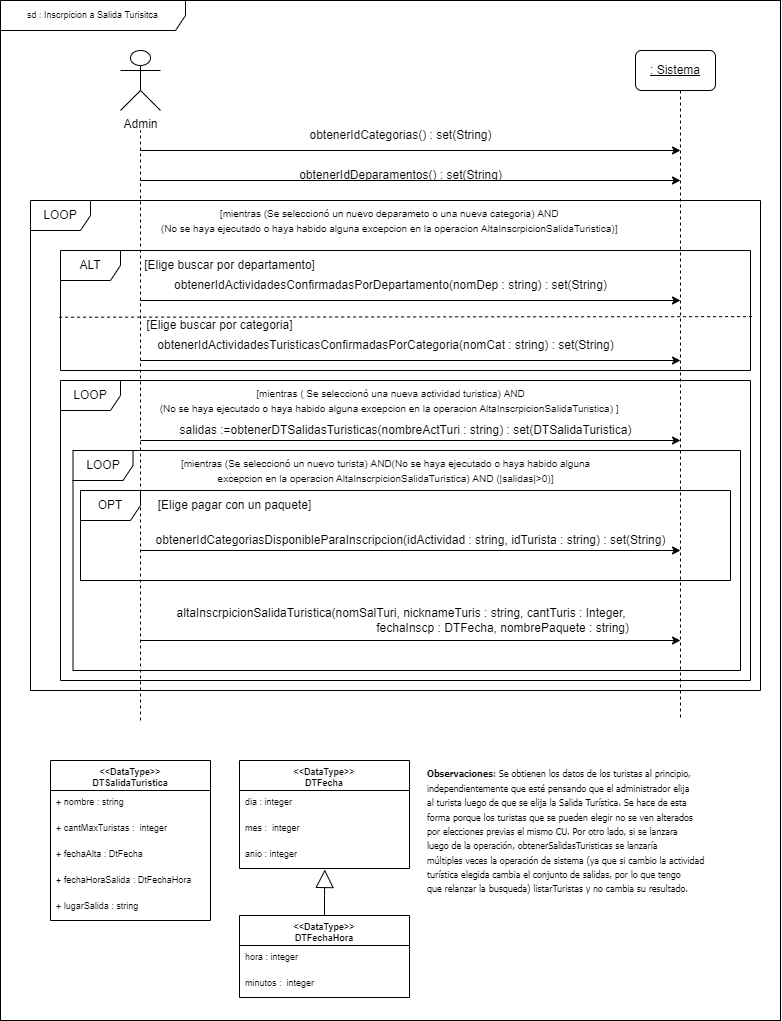
FacundoDiaz00/Taller-de-Programaci-n keeps this draw.io diagram as docs/Iteración 2/Análisis/DSS Servidor web/Inscripción a Salida Turística.png. Above is the earlier version. Source tidied: cells renumbered, new cells last; positions are measured from the earlier drawing's top-left corner, leaving out a move shared by most shapes.
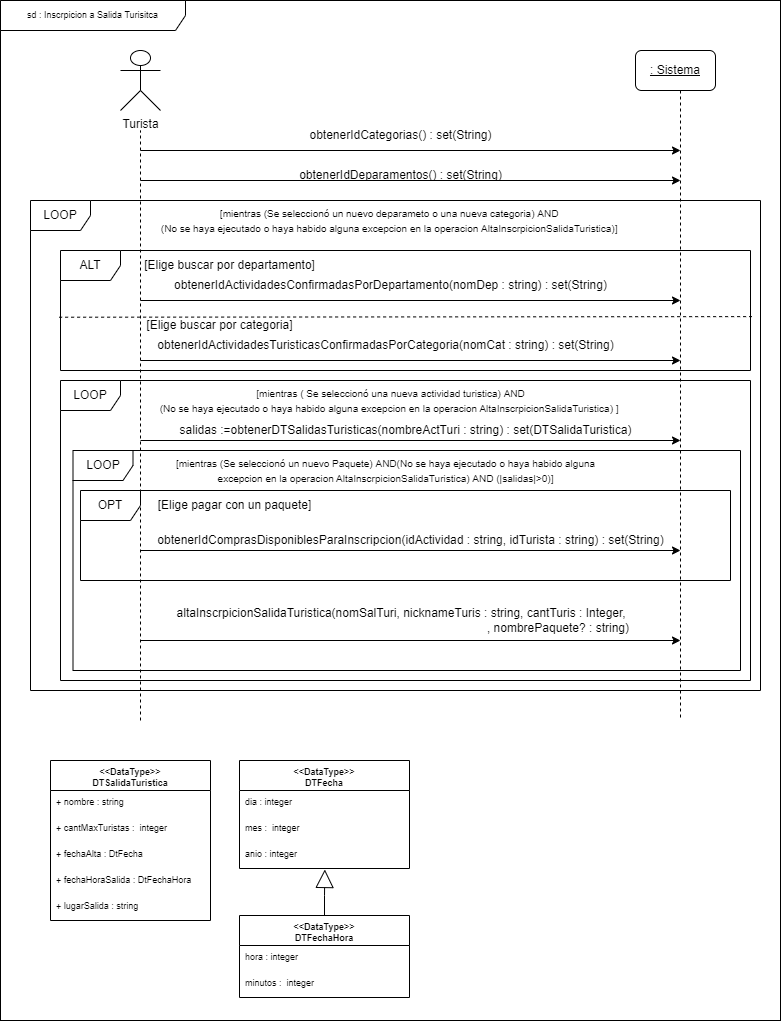
After the commit.

Commit message:
correcion en el DSS de inscripcion a salida turistica

Change to the diagram source:
```diff
@@ -26,7 +26,7 @@
     <mxCell id="8" value="OPT" style="shape=umlFrame;whiteSpace=wrap;html=1;" parent="1" vertex="1">
       <mxGeometry x="80" y="490" width="650" height="90" as="geometry" />
     </mxCell>
-    <mxCell id="9" value="Admin" style="shape=umlActor;verticalLabelPosition=bottom;verticalAlign=top;html=1;rounded=1;" parent="1" vertex="1">
+    <mxCell id="9" value="Turista" style="shape=umlActor;verticalLabelPosition=bottom;verticalAlign=top;html=1;rounded=1;" parent="1" vertex="1">
       <mxGeometry x="120" y="50" width="40" height="60" as="geometry" />
     </mxCell>
     <mxCell id="10" style="edgeStyle=orthogonalEdgeStyle;rounded=0;jettySize=auto;html=1;dashed=1;endArrow=none;endFill=0;" parent="1" edge="1" source="11">
@@ -64,10 +64,10 @@
     <mxCell id="17" value="&lt;span style=&quot;font-size: 10px;&quot;&gt;[mientras ( Se seleccionó una nueva actividad turistica) AND&lt;/span&gt;&lt;br style=&quot;font-size: 10px;&quot;&gt;&lt;span style=&quot;font-size: 10px;&quot;&gt;(&lt;/span&gt;&lt;span style=&quot;font-size: 10px;&quot;&gt;No se haya ejecutado o haya habido alguna excepcion en la operacion&lt;/span&gt;&lt;span style=&quot;font-size: 10px;&quot;&gt;&amp;nbsp;AltaInscrpicionSalidaTuristica)&amp;nbsp;&lt;/span&gt;&lt;span style=&quot;font-size: 10px;&quot;&gt;]&amp;nbsp;&lt;/span&gt;" style="text;html=1;align=center;verticalAlign=middle;strokeColor=none;fillColor=none;" parent="1" vertex="1">
       <mxGeometry x="145" y="380" width="490" height="40" as="geometry" />
     </mxCell>
-    <mxCell id="18" value="&lt;font style=&quot;font-size: 10px;&quot;&gt;[mientras (Se seleccionó un nuevo turista) AND(No se haya ejecutado o haya habido alguna&lt;br&gt;&amp;nbsp;excepcion en la operacion&amp;nbsp;AltaInscrpicionSalidaTuristica) AND (|salidas|&amp;gt;0)]&amp;nbsp;&lt;/font&gt;" style="text;html=1;align=center;verticalAlign=middle;strokeColor=none;fillColor=none;" parent="1" vertex="1">
-      <mxGeometry x="170" y="450" width="430" height="40" as="geometry" />
+    <mxCell id="18" value="&lt;font style=&quot;font-size: 10px;&quot;&gt;[mientras (Se seleccionó un nuevo Paquete) AND(No se haya ejecutado o haya habido alguna&lt;br&gt;&amp;nbsp;excepcion en la operacion&amp;nbsp;AltaInscrpicionSalidaTuristica) AND (|salidas|&amp;gt;0)]&amp;nbsp;&lt;/font&gt;" style="text;html=1;align=center;verticalAlign=middle;strokeColor=none;fillColor=none;" parent="1" vertex="1">
+      <mxGeometry x="165" y="450" width="440" height="40" as="geometry" />
     </mxCell>
-    <mxCell id="19" value="&lt;font style=&quot;font-size: 12px;&quot;&gt;altaInscrpicionSalidaTuristica(nomSalTuri, nicknameTuris : string, cantTuris : Integer, &lt;br&gt;fechaInscp : DTFecha, nombrePaquete : string)&lt;/font&gt;" style="text;html=1;align=right;verticalAlign=middle;strokeColor=none;fillColor=none;fontSize=10;" parent="1" vertex="1">
+    <mxCell id="19" value="&lt;font style=&quot;font-size: 12px;&quot;&gt;altaInscrpicionSalidaTuristica(nomSalTuri, nicknameTuris : string, cantTuris : Integer, &lt;br&gt;, nombrePaquete? : string)&lt;/font&gt;" style="text;html=1;align=right;verticalAlign=middle;strokeColor=none;fillColor=none;fontSize=10;" parent="1" vertex="1">
       <mxGeometry x="160" y="600" width="470" height="40" as="geometry" />
     </mxCell>
     <mxCell id="20" value="&lt;&lt;DataType&gt;&gt;&#10;DTSalidaTuristica&#10;&#10;" style="swimlane;fontStyle=1;align=center;verticalAlign=top;horizontal=1;startSize=30;fontSize=9;" parent="1" vertex="1">
@@ -112,9 +112,6 @@
     <mxCell id="33" value="minutos :  integer" style="text;strokeColor=none;fillColor=none;align=left;verticalAlign=top;spacingLeft=4;spacingRight=4;overflow=hidden;fontSize=9;" parent="31" vertex="1">
       <mxGeometry y="56" width="170" height="26" as="geometry" />
     </mxCell>
-    <mxCell id="34" value="&lt;font style=&quot;font-size: 9px;&quot;&gt;&lt;span style=&quot;font-family: Tahoma, -apple-system, BlinkMacSystemFont, Roboto, Arial, sans-serif; background-color: rgb(255, 255, 255);&quot;&gt;&lt;b&gt;Observaciones&lt;/b&gt;: Se obtienen los datos de los turistas al principio, &lt;br&gt;independientemente que esté pensando que el administrador elija&lt;br&gt;al turista luego de que se elija&lt;/span&gt;&lt;span style=&quot;font-family: Tahoma, -apple-system, BlinkMacSystemFont, Roboto, Arial, sans-serif; background-color: rgb(255, 255, 255);&quot;&gt;&amp;nbsp;la Salida Turística. Se hace de esta &lt;br&gt;forma porque los turistas que se pueden elegir no se ven alterados&lt;br&gt;por elecciones previas el mismo&lt;/span&gt;&lt;span style=&quot;font-family: Tahoma, -apple-system, BlinkMacSystemFont, Roboto, Arial, sans-serif; background-color: rgb(255, 255, 255);&quot;&gt;&amp;nbsp;CU. Por otro lado, si se lanzara &lt;br&gt;luego de la operación&lt;/span&gt;&lt;span style=&quot;font-family: Tahoma, -apple-system, BlinkMacSystemFont, Roboto, Arial, sans-serif; background-color: rgb(248, 249, 250);&quot;&gt;,&lt;/span&gt;&lt;span style=&quot;font-family: Tahoma, -apple-system, BlinkMacSystemFont, Roboto, Arial, sans-serif; background-color: rgb(255, 255, 255);&quot;&gt;&amp;nbsp;obtenerSalidasTuristicas&amp;nbsp;&lt;/span&gt;&lt;span style=&quot;font-family: Tahoma, -apple-system, BlinkMacSystemFont, Roboto, Arial, sans-serif; background-color: rgb(255, 255, 255);&quot;&gt;se lanzaría &lt;br&gt;múltiples veces &lt;/span&gt;&lt;span style=&quot;font-family: Tahoma, -apple-system, BlinkMacSystemFont, Roboto, Arial, sans-serif; background-color: rgb(255, 255, 255);&quot;&gt;la operación de sistema&lt;/span&gt;&lt;span style=&quot;font-family: Tahoma, -apple-system, BlinkMacSystemFont, Roboto, Arial, sans-serif; background-color: rgb(255, 255, 255);&quot;&gt; (ya que si cambio la actividad &lt;br&gt;turística&amp;nbsp;&lt;/span&gt;&lt;span style=&quot;font-family: Tahoma, -apple-system, BlinkMacSystemFont, Roboto, Arial, sans-serif; background-color: rgb(255, 255, 255);&quot;&gt;elegida cambia el conjunto de salidas, por lo que tengo &lt;br&gt;que relanzar la busqueda) listarTuristas&amp;nbsp;&lt;/span&gt;&lt;span style=&quot;font-family: Tahoma, -apple-system, BlinkMacSystemFont, Roboto, Arial, sans-serif; background-color: rgb(255, 255, 255);&quot;&gt;y no cambia su resultado.&lt;br&gt; &lt;/span&gt;&lt;br&gt;&#9;&#9;&#9;&amp;nbsp;&lt;/font&gt;&lt;span style=&quot;&quot;&gt;&#9;&lt;/span&gt;" style="text;html=1;align=left;verticalAlign=middle;strokeColor=none;fillColor=none;fontSize=12;" parent="1" vertex="1">
-      <mxGeometry x="425" y="760" width="290" height="170" as="geometry" />
-    </mxCell>
     <mxCell id="35" style="endArrow=classic;html=1;rounded=0;" parent="1" edge="1">
       <mxGeometry relative="1" as="geometry">
         <mxPoint x="140" y="150" as="sourcePoint" />
@@ -163,7 +160,7 @@
         <mxPoint x="680" y="550" as="targetPoint" />
       </mxGeometry>
     </mxCell>
-    <mxCell id="47" value="obtenerIdCategoriasDisponibleParaInscripcion(idActividad : string, idTurista : string) : set(String)" style="text;html=1;align=center;verticalAlign=middle;strokeColor=none;fillColor=none;" parent="1" vertex="1">
+    <mxCell id="47" value="obtenerIdComprasDisponiblesParaInscripcion(idActividad : string, idTurista : string) : set(String)" style="text;html=1;align=center;verticalAlign=middle;strokeColor=none;fillColor=none;" parent="1" vertex="1">
       <mxGeometry x="145" y="525" width="530" height="30" as="geometry" />
     </mxCell>
     <mxCell id="48" style="endArrow=classic;html=1;rounded=0;" parent="1" edge="1">
```
